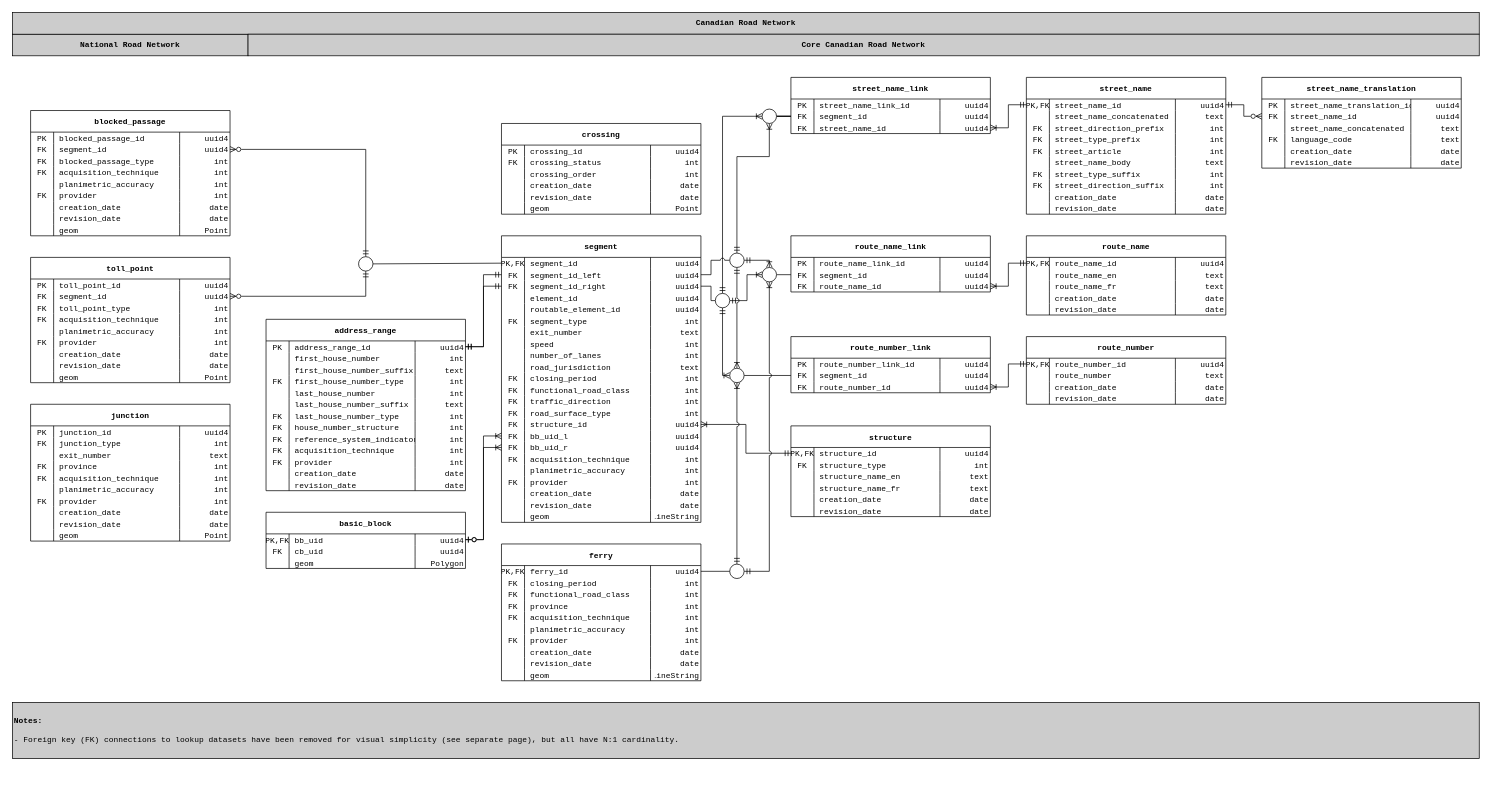
Earlier version of the draw.io diagram page "primary_datasets" (1 of 2) of docs/source/_static/data_models/canadian_road_network/canadian_road_network.drawio (StatCan/egp-maintenance-tools). Source tidied: cells renumbered, new cells numbered last; positions are measured from the earlier drawing's top-left corner, leaving out a move shared by most shapes. Both pictures are drawn from the tidied source at 72%, with x=0, y=0 at pixel (12, 12).
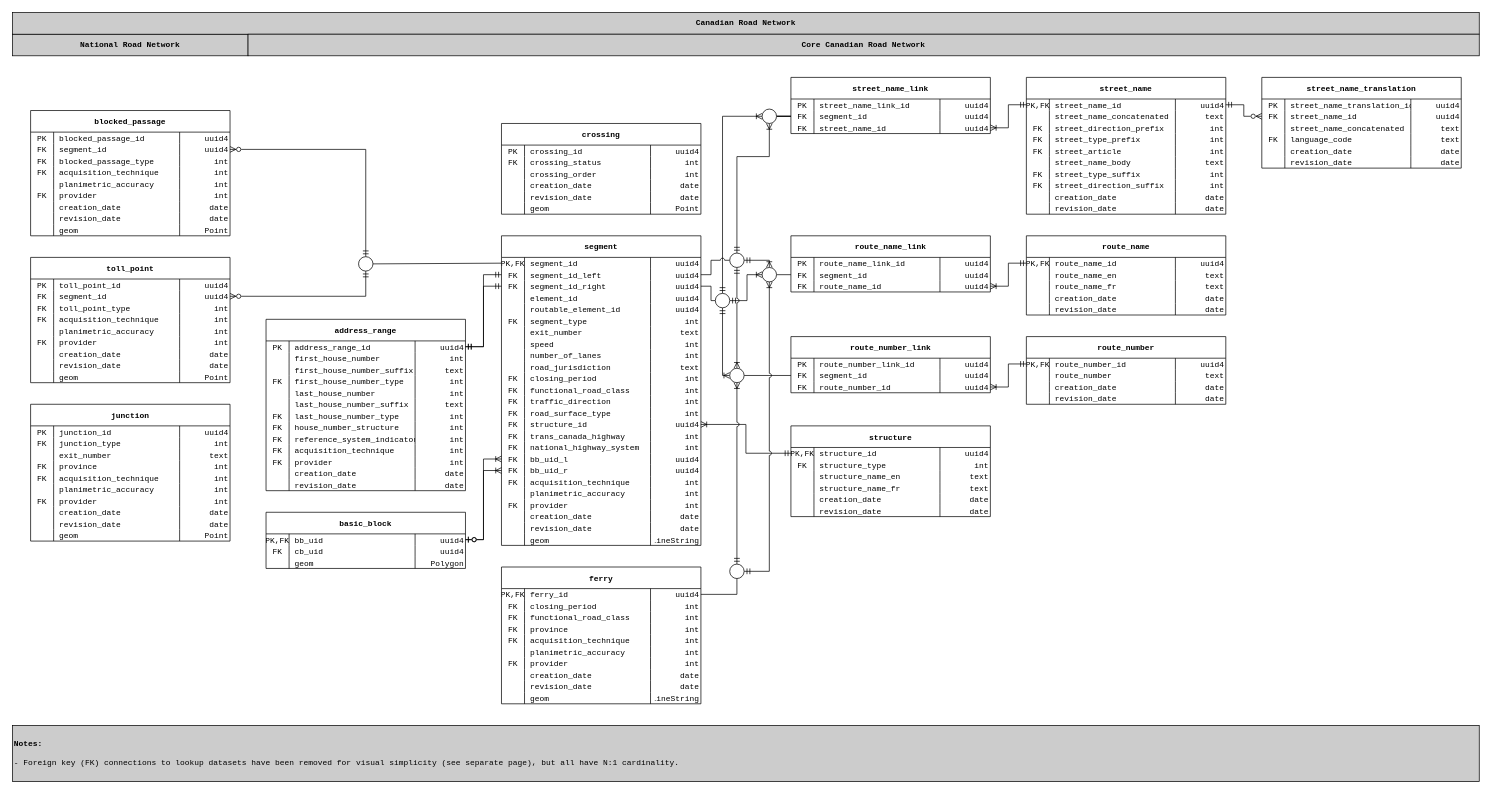
The same page after the edit.

What changed in the source:
```diff
@@
     <mxCell id="9" value="segment" style="shape=table;startSize=30;childLayout=tableLayout;rowLines=0;fontStyle=1;align=center;fontFamily=Consolas;fontSize=11;spacing=2;" parent="1" vertex="1">
-      <mxGeometry x="679" y="310" width="277" height="398" as="geometry" />
+      <mxGeometry x="679" y="310" width="277" height="430" as="geometry" />
     </mxCell>
@@
+    <mxCell id="547" style="shape=tableRow;horizontal=0;startSize=0;swimlaneHead=0;swimlaneBody=0;fillColor=none;top=0;left=0;right=0;bottom=0;fontFamily=Consolas;fontSize=11;" parent="9" vertex="1">
+      <mxGeometry y="270" width="277" height="16" as="geometry" />
+    </mxCell>
+    <mxCell id="548" value="FK" style="shape=partialRectangle;fillColor=none;top=0;left=0;bottom=0;right=0;overflow=hidden;fontFamily=Consolas;fontSize=11;" parent="547" vertex="1">
+      <mxGeometry width="32" height="16" as="geometry" />
+    </mxCell>
+    <mxCell id="549" value="trans_canada_highway" style="shape=partialRectangle;fillColor=none;top=0;left=0;bottom=0;right=0;align=left;spacingLeft=6;overflow=hidden;fontFamily=Consolas;fontSize=11;" parent="547" vertex="1">
+      <mxGeometry x="32" width="175" height="16" as="geometry" />
+    </mxCell>
+    <mxCell id="550" value="int" style="shape=partialRectangle;fillColor=none;top=0;left=0;bottom=0;right=0;align=right;spacingLeft=6;overflow=hidden;fontFamily=Consolas;fontSize=11;" parent="547" vertex="1">
+      <mxGeometry x="207" width="70" height="16" as="geometry" />
+    </mxCell>
+    <mxCell id="551" style="shape=tableRow;horizontal=0;startSize=0;swimlaneHead=0;swimlaneBody=0;fillColor=none;top=0;left=0;right=0;bottom=0;fontFamily=Consolas;fontSize=11;" parent="9" vertex="1">
+      <mxGeometry y="286" width="277" height="16" as="geometry" />
+    </mxCell>
+    <mxCell id="552" value="FK" style="shape=partialRectangle;fillColor=none;top=0;left=0;bottom=0;right=0;overflow=hidden;fontFamily=Consolas;fontSize=11;" parent="551" vertex="1">
+      <mxGeometry width="32" height="16" as="geometry" />
+    </mxCell>
+    <mxCell id="553" value="national_highway_system" style="shape=partialRectangle;fillColor=none;top=0;left=0;bottom=0;right=0;align=left;spacingLeft=6;overflow=hidden;fontFamily=Consolas;fontSize=11;" parent="551" vertex="1">
+      <mxGeometry x="32" width="175" height="16" as="geometry" />
+    </mxCell>
+    <mxCell id="554" value="int" style="shape=partialRectangle;fillColor=none;top=0;left=0;bottom=0;right=0;align=right;spacingLeft=6;overflow=hidden;fontFamily=Consolas;fontSize=11;" parent="551" vertex="1">
+      <mxGeometry x="207" width="70" height="16" as="geometry" />
+    </mxCell>
     <mxCell id="70" style="shape=tableRow;horizontal=0;startSize=0;swimlaneHead=0;swimlaneBody=0;fillColor=none;points=[[0,0.5],[1,0.5]];portConstraint=eastwest;top=0;left=0;right=0;bottom=0;fontFamily=Consolas;fontSize=11;" parent="9" vertex="1">
-      <mxGeometry y="270" width="277" height="16" as="geometry" />
+      <mxGeometry y="302" width="277" height="16" as="geometry" />
     </mxCell>
@@
     <mxCell id="74" style="shape=tableRow;horizontal=0;startSize=0;swimlaneHead=0;swimlaneBody=0;fillColor=none;points=[[0,0.5],[1,0.5]];portConstraint=eastwest;top=0;left=0;right=0;bottom=0;fontFamily=Consolas;fontSize=11;" parent="9" vertex="1">
-      <mxGeometry y="286" width="277" height="16" as="geometry" />
+      <mxGeometry y="318" width="277" height="16" as="geometry" />
     </mxCell>
@@
     <mxCell id="78" style="shape=tableRow;horizontal=0;startSize=0;swimlaneHead=0;swimlaneBody=0;fillColor=none;top=0;left=0;right=0;bottom=0;fontFamily=Consolas;fontSize=11;" parent="9" vertex="1">
-      <mxGeometry y="302" width="277" height="16" as="geometry" />
+      <mxGeometry y="334" width="277" height="16" as="geometry" />
     </mxCell>
@@
     <mxCell id="82" style="shape=tableRow;horizontal=0;startSize=0;swimlaneHead=0;swimlaneBody=0;fillColor=none;top=0;left=0;right=0;bottom=0;fontFamily=Consolas;fontSize=11;" parent="9" vertex="1">
-      <mxGeometry y="318" width="277" height="16" as="geometry" />
+      <mxGeometry y="350" width="277" height="16" as="geometry" />
     </mxCell>
@@
     <mxCell id="86" style="shape=tableRow;horizontal=0;startSize=0;swimlaneHead=0;swimlaneBody=0;fillColor=none;top=0;left=0;right=0;bottom=0;fontFamily=Consolas;fontSize=11;" parent="9" vertex="1">
-      <mxGeometry y="334" width="277" height="16" as="geometry" />
+      <mxGeometry y="366" width="277" height="16" as="geometry" />
     </mxCell>
@@
     <mxCell id="90" style="shape=tableRow;horizontal=0;startSize=0;swimlaneHead=0;swimlaneBody=0;fillColor=none;top=0;left=0;right=0;bottom=0;fontFamily=Consolas;fontSize=11;" parent="9" vertex="1">
-      <mxGeometry y="350" width="277" height="16" as="geometry" />
+      <mxGeometry y="382" width="277" height="16" as="geometry" />
     </mxCell>
@@
     <mxCell id="94" style="shape=tableRow;horizontal=0;startSize=0;swimlaneHead=0;swimlaneBody=0;fillColor=none;top=0;left=0;right=0;bottom=0;fontFamily=Consolas;fontSize=11;" parent="9" vertex="1">
-      <mxGeometry y="366" width="277" height="16" as="geometry" />
+      <mxGeometry y="398" width="277" height="16" as="geometry" />
     </mxCell>
@@
     <mxCell id="98" style="shape=tableRow;horizontal=0;startSize=0;swimlaneHead=0;swimlaneBody=0;fillColor=none;top=0;left=0;right=0;bottom=0;fontFamily=Consolas;fontSize=11;" parent="9" vertex="1">
-      <mxGeometry y="382" width="277" height="16" as="geometry" />
+      <mxGeometry y="414" width="277" height="16" as="geometry" />
     </mxCell>
@@
     <mxCell id="489" value="Notes:&lt;br&gt;&lt;br&gt;&lt;span style=&quot;font-weight: normal;&quot;&gt;- Foreign key (FK) connections to lookup datasets have been removed for visual simplicity (see separate page), but all have N:1 cardinality.&lt;br&gt;&lt;/span&gt;" style="rounded=0;whiteSpace=wrap;html=1;fontFamily=Consolas;fontSize=11;fontStyle=1;fillColor=#CCCCCC;align=left;" parent="1" vertex="1">
-      <mxGeometry y="958" width="2037" height="78" as="geometry" />
+      <mxGeometry y="990" width="2037" height="78" as="geometry" />
     </mxCell>
@@
     <mxCell id="502" value="ferry" style="shape=table;startSize=30;childLayout=tableLayout;rowLines=0;fontStyle=1;align=center;fontFamily=Consolas;fontSize=11;spacing=2;" parent="1" vertex="1">
-      <mxGeometry x="679" y="738" width="277" height="190" as="geometry" />
+      <mxGeometry x="679" y="770" width="277" height="190" as="geometry" />
     </mxCell>
```
